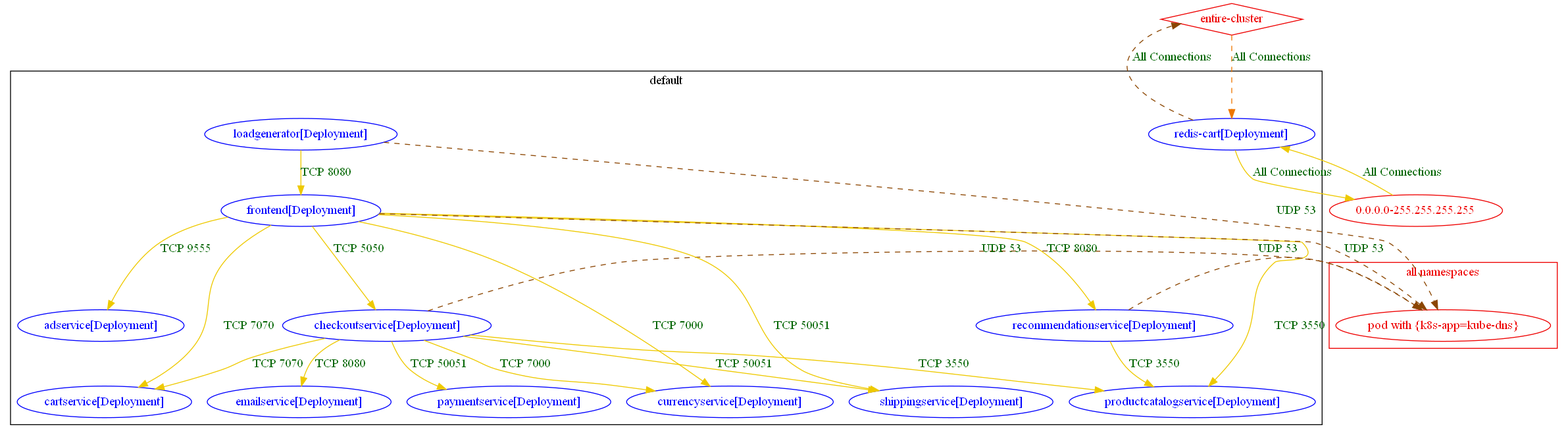
Above: test_outputs/connlist/onlineboutique_workloads_exposure_output.dot.png in np-guard/netpol-analyzer (Graphviz), before the change. Its source is kept beside it as test_outputs/connlist/onlineboutique_workloads_exposure_output.dot. The source it was exported from:
```dot
digraph {
	subgraph "cluster_default" {
		color="black"
		fontcolor="black"
		"default/adservice[Deployment]" [label="adservice[Deployment]" color="blue" fontcolor="blue"]
		"default/cartservice[Deployment]" [label="cartservice[Deployment]" color="blue" fontcolor="blue"]
		"default/checkoutservice[Deployment]" [label="checkoutservice[Deployment]" color="blue" fontcolor="blue"]
		"default/currencyservice[Deployment]" [label="currencyservice[Deployment]" color="blue" fontcolor="blue"]
		"default/emailservice[Deployment]" [label="emailservice[Deployment]" color="blue" fontcolor="blue"]
		"default/frontend[Deployment]" [label="frontend[Deployment]" color="blue" fontcolor="blue"]
		"default/loadgenerator[Deployment]" [label="loadgenerator[Deployment]" color="blue" fontcolor="blue"]
		"default/paymentservice[Deployment]" [label="paymentservice[Deployment]" color="blue" fontcolor="blue"]
		"default/productcatalogservice[Deployment]" [label="productcatalogservice[Deployment]" color="blue" fontcolor="blue"]
		"default/recommendationservice[Deployment]" [label="recommendationservice[Deployment]" color="blue" fontcolor="blue"]
		"default/redis-cart[Deployment]" [label="redis-cart[Deployment]" color="blue" fontcolor="blue"]
		"default/shippingservice[Deployment]" [label="shippingservice[Deployment]" color="blue" fontcolor="blue"]
		label="default"
	}
	subgraph "cluster_all namespaces" {
		color="red2"
		fontcolor="red2"
		"pod with {k8s-app=kube-dns}_in_all namespaces" [label="pod with {k8s-app=kube-dns}" color="red2" fontcolor="red2"]
		label="all namespaces"
	}
	"0.0.0.0-255.255.255.255" [label="0.0.0.0-255.255.255.255" color="red2" fontcolor="red2"]
	"entire-cluster" [label="entire-cluster" color="red2" fontcolor="red2" shape=diamond]
	"0.0.0.0-255.255.255.255" -> "default/redis-cart[Deployment]" [label="All Connections" color="gold2" fontcolor="darkgreen" weight=0.5]
	"default/checkoutservice[Deployment]" -> "default/cartservice[Deployment]" [label="TCP 7070" color="gold2" fontcolor="darkgreen" weight=1]
	"default/checkoutservice[Deployment]" -> "default/currencyservice[Deployment]" [label="TCP 7000" color="gold2" fontcolor="darkgreen" weight=0.5]
	"default/checkoutservice[Deployment]" -> "default/emailservice[Deployment]" [label="TCP 8080" color="gold2" fontcolor="darkgreen" weight=0.5]
	"default/checkoutservice[Deployment]" -> "default/paymentservice[Deployment]" [label="TCP 50051" color="gold2" fontcolor="darkgreen" weight=0.5]
	"default/checkoutservice[Deployment]" -> "default/productcatalogservice[Deployment]" [label="TCP 3550" color="gold2" fontcolor="darkgreen" weight=0.5]
	"default/checkoutservice[Deployment]" -> "default/shippingservice[Deployment]" [label="TCP 50051" color="gold2" fontcolor="darkgreen" weight=0.5]
	"default/checkoutservice[Deployment]" -> "pod with {k8s-app=kube-dns}_in_all namespaces" [label="UDP 53" color="darkorange4" fontcolor="darkgreen" weight=0.5 style=dashed]
	"default/frontend[Deployment]" -> "default/adservice[Deployment]" [label="TCP 9555" color="gold2" fontcolor="darkgreen" weight=1]
	"default/frontend[Deployment]" -> "default/cartservice[Deployment]" [label="TCP 7070" color="gold2" fontcolor="darkgreen" weight=1]
	"default/frontend[Deployment]" -> "default/checkoutservice[Deployment]" [label="TCP 5050" color="gold2" fontcolor="darkgreen" weight=1]
	"default/frontend[Deployment]" -> "default/currencyservice[Deployment]" [label="TCP 7000" color="gold2" fontcolor="darkgreen" weight=1]
	"default/frontend[Deployment]" -> "default/productcatalogservice[Deployment]" [label="TCP 3550" color="gold2" fontcolor="darkgreen" weight=0.5]
	"default/frontend[Deployment]" -> "default/recommendationservice[Deployment]" [label="TCP 8080" color="gold2" fontcolor="darkgreen" weight=0.5]
	"default/frontend[Deployment]" -> "default/shippingservice[Deployment]" [label="TCP 50051" color="gold2" fontcolor="darkgreen" weight=0.5]
	"default/frontend[Deployment]" -> "pod with {k8s-app=kube-dns}_in_all namespaces" [label="UDP 53" color="darkorange4" fontcolor="darkgreen" weight=0.5 style=dashed]
	"default/loadgenerator[Deployment]" -> "default/frontend[Deployment]" [label="TCP 8080" color="gold2" fontcolor="darkgreen" weight=1]
	"default/loadgenerator[Deployment]" -> "pod with {k8s-app=kube-dns}_in_all namespaces" [label="UDP 53" color="darkorange4" fontcolor="darkgreen" weight=0.5 style=dashed]
	"default/recommendationservice[Deployment]" -> "default/productcatalogservice[Deployment]" [label="TCP 3550" color="gold2" fontcolor="darkgreen" weight=1]
	"default/recommendationservice[Deployment]" -> "pod with {k8s-app=kube-dns}_in_all namespaces" [label="UDP 53" color="darkorange4" fontcolor="darkgreen" weight=0.5 style=dashed]
	"default/redis-cart[Deployment]" -> "0.0.0.0-255.255.255.255" [label="All Connections" color="gold2" fontcolor="darkgreen" weight=1]
	"default/redis-cart[Deployment]" -> "entire-cluster" [label="All Connections" color="darkorange4" fontcolor="darkgreen" weight=0.5 style=dashed]
	"entire-cluster" -> "default/redis-cart[Deployment]" [label="All Connections" color="darkorange2" fontcolor="darkgreen" weight=1 style=dashed]
}
```
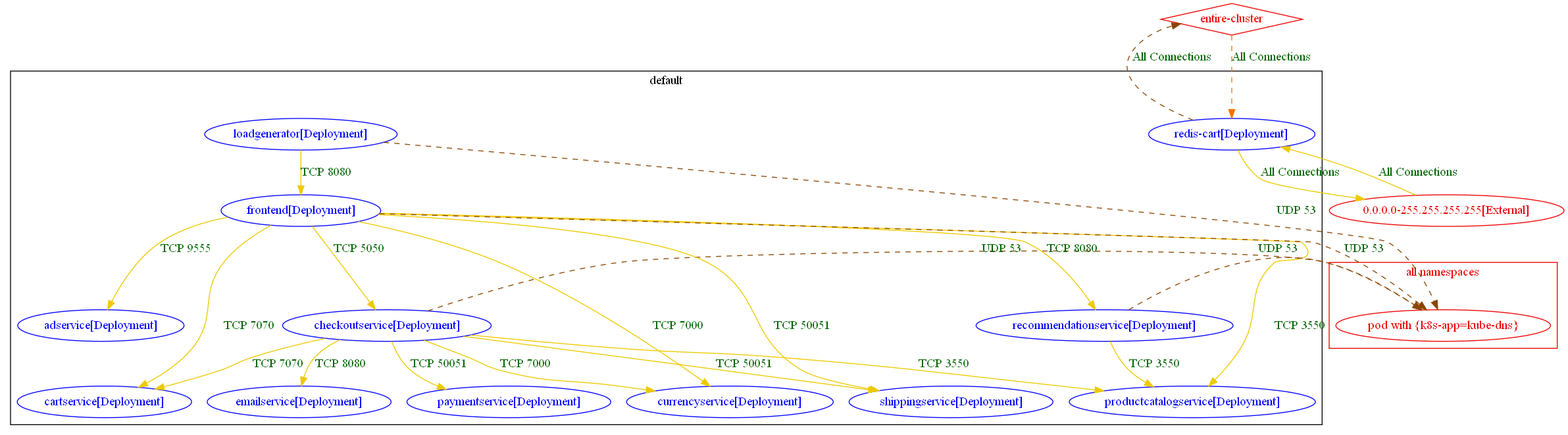
Later version of the same file.

The edit, as a diff of the source:
```diff
@@ -22,9 +22,9 @@
 		"pod with {k8s-app=kube-dns}_in_all namespaces" [label="pod with {k8s-app=kube-dns}" color="red2" fontcolor="red2"]
 		label="all namespaces"
 	}
-	"0.0.0.0-255.255.255.255" [label="0.0.0.0-255.255.255.255" color="red2" fontcolor="red2"]
+	"0.0.0.0-255.255.255.255[External]" [label="0.0.0.0-255.255.255.255[External]" color="red2" fontcolor="red2"]
 	"entire-cluster" [label="entire-cluster" color="red2" fontcolor="red2" shape=diamond]
-	"0.0.0.0-255.255.255.255" -> "default/redis-cart[Deployment]" [label="All Connections" color="gold2" fontcolor="darkgreen" weight=0.5]
+	"0.0.0.0-255.255.255.255[External]" -> "default/redis-cart[Deployment]" [label="All Connections" color="gold2" fontcolor="darkgreen" weight=0.5]
 	"default/checkoutservice[Deployment]" -> "default/cartservice[Deployment]" [label="TCP 7070" color="gold2" fontcolor="darkgreen" weight=1]
 	"default/checkoutservice[Deployment]" -> "default/currencyservice[Deployment]" [label="TCP 7000" color="gold2" fontcolor="darkgreen" weight=0.5]
 	"default/checkoutservice[Deployment]" -> "default/emailservice[Deployment]" [label="TCP 8080" color="gold2" fontcolor="darkgreen" weight=0.5]
@@ -44,7 +44,7 @@
 	"default/loadgenerator[Deployment]" -> "pod with {k8s-app=kube-dns}_in_all namespaces" [label="UDP 53" color="darkorange4" fontcolor="darkgreen" weight=0.5 style=dashed]
 	"default/recommendationservice[Deployment]" -> "default/productcatalogservice[Deployment]" [label="TCP 3550" color="gold2" fontcolor="darkgreen" weight=1]
 	"default/recommendationservice[Deployment]" -> "pod with {k8s-app=kube-dns}_in_all namespaces" [label="UDP 53" color="darkorange4" fontcolor="darkgreen" weight=0.5 style=dashed]
-	"default/redis-cart[Deployment]" -> "0.0.0.0-255.255.255.255" [label="All Connections" color="gold2" fontcolor="darkgreen" weight=1]
+	"default/redis-cart[Deployment]" -> "0.0.0.0-255.255.255.255[External]" [label="All Connections" color="gold2" fontcolor="darkgreen" weight=1]
 	"default/redis-cart[Deployment]" -> "entire-cluster" [label="All Connections" color="darkorange4" fontcolor="darkgreen" weight=0.5 style=dashed]
 	"entire-cluster" -> "default/redis-cart[Deployment]" [label="All Connections" color="darkorange2" fontcolor="darkgreen" weight=1 style=dashed]
 }
```
